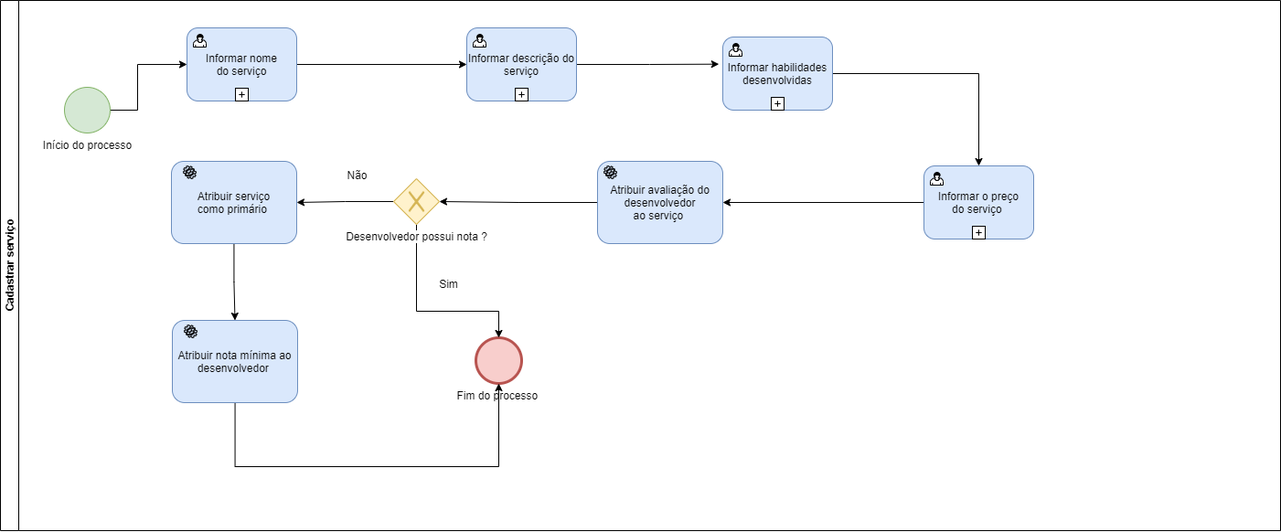
Earlier version of the draw.io export documentacao/imagens/process04.png (ICEI-PUC-Minas-PPLES-TI/plf-es-2021-1-ti2-0940100-DevTask). Source tidied: cells renumbered, new cells last; positions are measured from the earlier drawing's top-left corner, leaving out a move shared by most shapes.
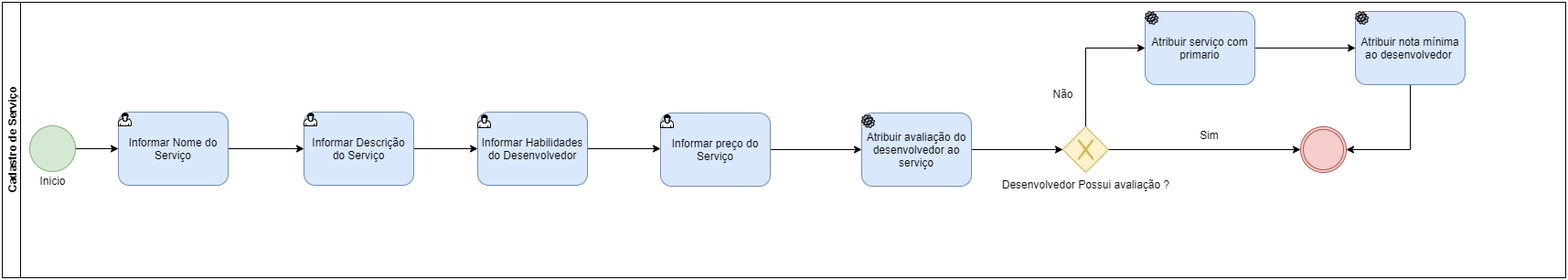
Above is the later version.

Commit message:
Processo 04 close #26

Diff of the diagram source:
```diff
@@ -2,138 +2,112 @@
   <root>
     <mxCell id="0" />
     <mxCell id="1" parent="0" />
-    <mxCell id="2" value="Cadastrar&amp;nbsp;serviço" style="swimlane;html=1;horizontal=0;startSize=20;" parent="1" vertex="1">
-      <mxGeometry width="1400" height="580" as="geometry" />
-    </mxCell>
-    <mxCell id="3" style="edgeStyle=orthogonalEdgeStyle;rounded=0;jettySize=auto;html=1;entryX=0;entryY=0.5;entryDx=0;entryDy=0;" parent="2" edge="1" source="4" target="11">
-      <mxGeometry relative="1" as="geometry" />
-    </mxCell>
-    <mxCell id="4" value="Informar nome do&amp;nbsp;serviço" style="html=1;whiteSpace=wrap;rounded=1;fillColor=#dae8fc;strokeColor=#6c8ebf;" parent="2" vertex="1">
-      <mxGeometry x="204" y="30" width="120" height="80" as="geometry" />
-    </mxCell>
-    <mxCell id="5" style="html=1;shape=mxgraph.bpmn.user_task;" parent="4" vertex="1">
-      <mxGeometry width="14" height="14" relative="1" as="geometry">
-        <mxPoint x="7" y="7" as="offset" />
-      </mxGeometry>
-    </mxCell>
-    <mxCell id="6" style="html=1;shape=plus;" parent="4" vertex="1">
-      <mxGeometry x="0.5" y="1" width="14" height="14" relative="1" as="geometry">
-        <mxPoint x="-7" y="-14" as="offset" />
-      </mxGeometry>
-    </mxCell>
-    <mxCell id="7" style="edgeStyle=orthogonalEdgeStyle;rounded=0;jettySize=auto;html=1;" parent="2" edge="1" source="8" target="4">
-      <mxGeometry relative="1" as="geometry">
-        <Array as="points">
-          <mxPoint x="150" y="120" />
-          <mxPoint x="150" y="70" />
-        </Array>
-      </mxGeometry>
-    </mxCell>
-    <mxCell id="8" value="Início do processo" style="shape=mxgraph.bpmn.shape;html=1;verticalLabelPosition=bottom;labelBackgroundColor=#ffffff;verticalAlign=top;align=center;perimeter=ellipsePerimeter;outlineConnect=0;outline=standard;symbol=general;fillColor=#d5e8d4;strokeColor=#82b366;" parent="2" vertex="1">
-      <mxGeometry x="70" y="95" width="50" height="50" as="geometry" />
-    </mxCell>
-    <mxCell id="9" value="Fim do processo&amp;nbsp;" style="shape=mxgraph.bpmn.shape;html=1;verticalLabelPosition=bottom;labelBackgroundColor=#ffffff;verticalAlign=top;align=center;perimeter=ellipsePerimeter;outlineConnect=0;outline=end;symbol=general;fillColor=#f8cecc;strokeColor=#b85450;" parent="2" vertex="1">
-      <mxGeometry x="520" y="369" width="50" height="50" as="geometry" />
-    </mxCell>
-    <mxCell id="10" style="edgeStyle=orthogonalEdgeStyle;rounded=0;jettySize=auto;html=1;entryX=-0.035;entryY=0.371;entryDx=0;entryDy=0;entryPerimeter=0;" parent="2" edge="1" source="11" target="15">
-      <mxGeometry relative="1" as="geometry" />
-    </mxCell>
-    <mxCell id="11" value="Informar&amp;nbsp;descrição do serviço" style="html=1;whiteSpace=wrap;rounded=1;fillColor=#dae8fc;strokeColor=#6c8ebf;" parent="2" vertex="1">
-      <mxGeometry x="510" y="30" width="120" height="80" as="geometry" />
-    </mxCell>
-    <mxCell id="12" style="html=1;shape=mxgraph.bpmn.user_task;" parent="11" vertex="1">
-      <mxGeometry width="14" height="14" relative="1" as="geometry">
-        <mxPoint x="7" y="7" as="offset" />
-      </mxGeometry>
-    </mxCell>
-    <mxCell id="13" style="html=1;shape=plus;" parent="11" vertex="1">
-      <mxGeometry x="0.5" y="1" width="14" height="14" relative="1" as="geometry">
-        <mxPoint x="-7" y="-14" as="offset" />
-      </mxGeometry>
-    </mxCell>
-    <mxCell id="14" style="edgeStyle=orthogonalEdgeStyle;rounded=0;jettySize=auto;html=1;entryX=0.5;entryY=0;entryDx=0;entryDy=0;" parent="2" edge="1" source="15" target="25">
-      <mxGeometry relative="1" as="geometry" />
-    </mxCell>
-    <mxCell id="15" value="Informar habilidades desenvolvidas" style="html=1;whiteSpace=wrap;rounded=1;fillColor=#dae8fc;strokeColor=#6c8ebf;" parent="2" vertex="1">
-      <mxGeometry x="790" y="40" width="120" height="80" as="geometry" />
-    </mxCell>
-    <mxCell id="16" style="html=1;shape=mxgraph.bpmn.user_task;" parent="15" vertex="1">
-      <mxGeometry width="14" height="14" relative="1" as="geometry">
-        <mxPoint x="7" y="7" as="offset" />
-      </mxGeometry>
-    </mxCell>
-    <mxCell id="17" style="html=1;shape=plus;" parent="15" vertex="1">
-      <mxGeometry x="0.5" y="1" width="14" height="14" relative="1" as="geometry">
-        <mxPoint x="-7" y="-14" as="offset" />
-      </mxGeometry>
-    </mxCell>
-    <mxCell id="18" style="edgeStyle=orthogonalEdgeStyle;rounded=0;jettySize=auto;html=1;entryX=1;entryY=0.5;entryDx=0;entryDy=0;" parent="2" edge="1" source="19" target="23">
-      <mxGeometry relative="1" as="geometry" />
-    </mxCell>
+    <mxCell id="36" style="edgeStyle=orthogonalEdgeStyle;rounded=0;jettySize=auto;html=1;entryX=0;entryY=0.5;entryDx=0;entryDy=0;" parent="1" edge="1" source="37" target="43">
+      <mxGeometry relative="1" as="geometry" />
+    </mxCell>
+    <mxCell id="37" value="Informar Nome do Serviço" style="shape=ext;rounded=1;html=1;whiteSpace=wrap;fillColor=#dae8fc;strokeColor=#6c8ebf;" parent="1" vertex="1">
+      <mxGeometry x="817" y="130" width="120" height="80" as="geometry" />
+    </mxCell>
+    <mxCell id="38" style="shape=mxgraph.bpmn.user_task;html=1;" parent="1" vertex="1">
+      <mxGeometry x="817" y="131" width="14" height="14" as="geometry" />
+    </mxCell>
+    <mxCell id="39" style="edgeStyle=orthogonalEdgeStyle;rounded=0;jettySize=auto;html=1;entryX=0;entryY=0.5;entryDx=0;entryDy=0;" parent="1" edge="1" source="40" target="37">
+      <mxGeometry relative="1" as="geometry" />
+    </mxCell>
+    <mxCell id="40" style="shape=mxgraph.bpmn.shape;html=1;verticalLabelPosition=bottom;labelBackgroundColor=#ffffff;verticalAlign=top;align=center;perimeter=ellipsePerimeter;outlineConnect=0;outline=standard;symbol=general;fillColor=#d5e8d4;strokeColor=#82b366;" parent="1" vertex="1">
+      <mxGeometry x="720" y="145" width="50" height="50" as="geometry" />
+    </mxCell>
+    <mxCell id="41" value="Inicio" style="text;html=1;align=center;verticalAlign=middle;strokeColor=none;" parent="1" vertex="1">
+      <mxGeometry x="725" y="195" width="40" height="20" as="geometry" />
+    </mxCell>
+    <mxCell id="42" style="edgeStyle=orthogonalEdgeStyle;rounded=0;jettySize=auto;html=1;entryX=0;entryY=0.5;entryDx=0;entryDy=0;" parent="1" edge="1" source="43" target="46">
+      <mxGeometry relative="1" as="geometry" />
+    </mxCell>
+    <mxCell id="43" value="Informar Descrição do Serviço" style="shape=ext;rounded=1;html=1;whiteSpace=wrap;fillColor=#dae8fc;strokeColor=#6c8ebf;" parent="1" vertex="1">
+      <mxGeometry x="1020" y="130" width="120" height="80" as="geometry" />
+    </mxCell>
+    <mxCell id="44" style="shape=mxgraph.bpmn.user_task;html=1;" parent="1" vertex="1">
+      <mxGeometry x="1020" y="131" width="14" height="14" as="geometry" />
+    </mxCell>
+    <mxCell id="45" style="edgeStyle=orthogonalEdgeStyle;rounded=0;jettySize=auto;html=1;entryX=0;entryY=0.5;entryDx=0;entryDy=0;" parent="1" edge="1" source="46">
+      <mxGeometry relative="1" as="geometry">
+        <mxPoint x="1410" y="170" as="targetPoint" />
+      </mxGeometry>
+    </mxCell>
+    <mxCell id="46" value="Informar Habilidades&lt;br&gt;do Desenvolvedor" style="shape=ext;rounded=1;html=1;whiteSpace=wrap;fillColor=#dae8fc;strokeColor=#6c8ebf;" parent="1" vertex="1">
+      <mxGeometry x="1210" y="130" width="120" height="80" as="geometry" />
+    </mxCell>
+    <mxCell id="47" style="edgeStyle=orthogonalEdgeStyle;rounded=0;jettySize=auto;html=1;" parent="1" edge="1" source="48">
+      <mxGeometry relative="1" as="geometry">
+        <mxPoint x="1630" y="171" as="targetPoint" />
+      </mxGeometry>
+    </mxCell>
+    <mxCell id="48" value="Informar preço do Serviço" style="shape=ext;rounded=1;html=1;whiteSpace=wrap;fillColor=#dae8fc;strokeColor=#6c8ebf;" parent="1" vertex="1">
+      <mxGeometry x="1410" y="131" width="120" height="80" as="geometry" />
+    </mxCell>
+    <mxCell id="49" style="shape=mxgraph.bpmn.user_task;html=1;" parent="1" vertex="1">
+      <mxGeometry x="1210" y="133" width="14" height="14" as="geometry" />
+    </mxCell>
+    <mxCell id="50" style="shape=mxgraph.bpmn.user_task;html=1;" parent="1" vertex="1">
+      <mxGeometry x="1410" y="133" width="14" height="14" as="geometry" />
+    </mxCell>
+    <mxCell id="51" style="edgeStyle=orthogonalEdgeStyle;rounded=0;jettySize=auto;html=1;entryX=0;entryY=0.5;entryDx=0;entryDy=0;" parent="1" edge="1" source="19" target="55">
+      <mxGeometry relative="1" as="geometry" />
+    </mxCell>
-    <mxCell id="19" value="Atribuir&amp;nbsp;avaliação do desenvolvedor ao&amp;nbsp;serviço&amp;nbsp;" style="shape=ext;rounded=1;html=1;whiteSpace=wrap;fillColor=#dae8fc;strokeColor=#6c8ebf;" parent="2" vertex="1">
-      <mxGeometry x="653" y="176" width="137" height="90" as="geometry" />
+    <mxCell id="19" value="Atribuir avaliação do desenvolvedor ao serviço" style="shape=ext;rounded=1;html=1;whiteSpace=wrap;fillColor=#dae8fc;strokeColor=#6c8ebf;" parent="1" vertex="1">
+      <mxGeometry x="1630" y="131" width="120" height="80" as="geometry" />
     </mxCell>
-    <mxCell id="20" style="shape=mxgraph.bpmn.service_task;html=1;fillColor=none;gradientColor=none;" parent="2" vertex="1">
-      <mxGeometry x="660" y="181" width="14" height="14" as="geometry" />
-    </mxCell>
-    <mxCell id="21" style="edgeStyle=orthogonalEdgeStyle;rounded=0;jettySize=auto;html=1;" parent="2" edge="1" source="23" target="29">
-      <mxGeometry relative="1" as="geometry" />
-    </mxCell>
-    <mxCell id="22" style="edgeStyle=orthogonalEdgeStyle;rounded=0;jettySize=auto;html=1;entryX=0.5;entryY=0;entryDx=0;entryDy=0;" parent="2" edge="1" source="23" target="9">
-      <mxGeometry relative="1" as="geometry">
-        <Array as="points">
-          <mxPoint x="455" y="340" />
-          <mxPoint x="545" y="340" />
-        </Array>
-      </mxGeometry>
-    </mxCell>
-    <mxCell id="23" value="Desenvolvedor possui nota ?" style="shape=mxgraph.bpmn.shape;html=1;verticalLabelPosition=bottom;labelBackgroundColor=#ffffff;verticalAlign=top;align=center;perimeter=rhombusPerimeter;background=gateway;outlineConnect=0;outline=none;symbol=exclusiveGw;fillColor=#fff2cc;strokeColor=#d6b656;" parent="2" vertex="1">
-      <mxGeometry x="430" y="195" width="50" height="50" as="geometry" />
-    </mxCell>
-    <mxCell id="24" style="edgeStyle=orthogonalEdgeStyle;rounded=0;jettySize=auto;html=1;entryX=1;entryY=0.5;entryDx=0;entryDy=0;" parent="2" edge="1" source="25" target="19">
-      <mxGeometry relative="1" as="geometry" />
-    </mxCell>
-    <mxCell id="25" value="Informar o&amp;nbsp;preço do&amp;nbsp;serviço&amp;nbsp;" style="html=1;whiteSpace=wrap;rounded=1;fillColor=#dae8fc;strokeColor=#6c8ebf;" parent="2" vertex="1">
-      <mxGeometry x="1010" y="181" width="120" height="80" as="geometry" />
-    </mxCell>
-    <mxCell id="26" style="html=1;shape=mxgraph.bpmn.user_task;" parent="25" vertex="1">
-      <mxGeometry width="14" height="14" relative="1" as="geometry">
-        <mxPoint x="7" y="7" as="offset" />
-      </mxGeometry>
-    </mxCell>
-    <mxCell id="27" style="html=1;shape=plus;" parent="25" vertex="1">
-      <mxGeometry x="0.5" y="1" width="14" height="14" relative="1" as="geometry">
-        <mxPoint x="-7" y="-14" as="offset" />
-      </mxGeometry>
-    </mxCell>
-    <mxCell id="28" style="edgeStyle=orthogonalEdgeStyle;rounded=0;jettySize=auto;html=1;entryX=0.5;entryY=0;entryDx=0;entryDy=0;" parent="2" edge="1" source="29" target="32">
-      <mxGeometry relative="1" as="geometry" />
-    </mxCell>
-    <mxCell id="29" value="Atribuir&amp;nbsp;serviço como&amp;nbsp;primário&amp;nbsp;&lt;span style=&quot;color: rgba(0 , 0 , 0 , 0) ; font-family: monospace ; font-size: 0px&quot;&gt;%3CmxGraphModel%3E%3Croot%3E%3CmxCell%20id%3D%220%22%2F%3E%3CmxCell%20id%3D%221%22%20parent%3D%220%22%2F%3E%3CmxCell%20id%3D%222%22%20value%3D%22Atribuir%26amp%3Bnbsp%3Bavalia%C3%A7%C3%A3o%20do%20desenvolvedor%20ao%26amp%3Bnbsp%3Bservi%C3%A7o%26amp%3Bnbsp%3B%22%20style%3D%22shape%3Dext%3Brounded%3D1%3Bhtml%3D1%3BwhiteSpace%3Dwrap%3BfillColor%3D%23dae8fc%3BstrokeColor%3D%236c8ebf%3B%22%20vertex%3D%221%22%20parent%3D%221%22%3E%3CmxGeometry%20x%3D%22-27%22%20y%3D%22296%22%20width%3D%22137%22%20height%3D%2290%22%20as%3D%22geometry%22%2F%3E%3C%2FmxCell%3E%3CmxCell%20id%3D%223%22%20value%3D%22%22%20style%3D%22shape%3Dmxgraph.bpmn.service_task%3Bhtml%3D1%3BoutlineConnect%3D0%3BfillColor%3Dnone%3BgradientColor%3Dnone%3B%22%20vertex%3D%221%22%20parent%3D%221%22%3E%3CmxGeometry%20x%3D%22-20%22%20y%3D%22301%22%20width%3D%2214%22%20height%3D%2214%22%20as%3D%22geometry%22%2F%3E%3C%2FmxCell%3E%3C%2Froot%3E%3C%2FmxGraphModel%3E&lt;/span&gt;" style="shape=ext;rounded=1;html=1;whiteSpace=wrap;fillColor=#dae8fc;strokeColor=#6c8ebf;" parent="2" vertex="1">
-      <mxGeometry x="187" y="176" width="137" height="90" as="geometry" />
-    </mxCell>
-    <mxCell id="30" style="shape=mxgraph.bpmn.service_task;html=1;fillColor=none;gradientColor=none;" parent="2" vertex="1">
-      <mxGeometry x="200" y="181" width="14" height="14" as="geometry" />
-    </mxCell>
-    <mxCell id="31" style="edgeStyle=orthogonalEdgeStyle;rounded=0;jettySize=auto;html=1;entryX=0.5;entryY=1;entryDx=0;entryDy=0;" parent="2" edge="1" source="32" target="9">
-      <mxGeometry relative="1" as="geometry">
-        <Array as="points">
-          <mxPoint x="257" y="510" />
-          <mxPoint x="545" y="510" />
-        </Array>
-      </mxGeometry>
-    </mxCell>
-    <mxCell id="32" value="Atribuir nota mínima ao desenvolvedor&amp;nbsp;&lt;span style=&quot;color: rgba(0 , 0 , 0 , 0) ; font-family: monospace ; font-size: 0px&quot;&gt;%3CmxGraphModel%3E%3Croot%3E%3CmxCell%20id%3D%220%22%2F%3E%3CmxCell%20id%3D%221%22%20parent%3D%220%22%2F%3E%3CmxCell%20id%3D%222%22%20value%3D%22Atribuir%26amp%3Bnbsp%3Bavalia%C3%A7%C3%A3o%20do%20desenvolvedor%20ao%26amp%3Bnbsp%3Bservi%C3%A7o%26amp%3Bnbsp%3B%22%20style%3D%22shape%3Dext%3Brounded%3D1%3Bhtml%3D1%3BwhiteSpace%3Dwrap%3BfillColor%3D%23dae8fc%3BstrokeColor%3D%236c8ebf%3B%22%20vertex%3D%221%22%20parent%3D%221%22%3E%3CmxGeometry%20x%3D%22-27%22%20y%3D%22296%22%20width%3D%22137%22%20height%3D%2290%22%20as%3D%22geometry%22%2F%3E%3C%2FmxCell%3E%3CmxCell%20id%3D%223%22%20value%3D%22%22%20style%3D%22shape%3Dmxgraph.bpmn.service_task%3Bhtml%3D1%3BoutlineConnect%3D0%3BfillColor%3Dnone%3BgradientColor%3Dnone%3B%22%20vertex%3D%221%22%20parent%3D%221%22%3E%3CmxGeometry%20x%3D%22-20%22%20y%3D%22301%22%20width%3D%2214%22%20height%3D%2214%22%20as%3D%22geometry%22%2F%3E%3C%2FmxCell%3E%3C%2Froot%3E%3C%2FmxGraphModel%3E&lt;/span&gt;" style="shape=ext;rounded=1;html=1;whiteSpace=wrap;fillColor=#dae8fc;strokeColor=#6c8ebf;" parent="2" vertex="1">
-      <mxGeometry x="188" y="350" width="137" height="90" as="geometry" />
-    </mxCell>
-    <mxCell id="33" style="shape=mxgraph.bpmn.service_task;html=1;fillColor=none;gradientColor=none;" parent="2" vertex="1">
-      <mxGeometry x="201" y="355" width="14" height="14" as="geometry" />
-    </mxCell>
+    <mxCell id="52" style="shape=mxgraph.bpmn.service_task;html=1;fillColor=none;" parent="1" vertex="1">
+      <mxGeometry x="1630" y="133" width="14" height="14" as="geometry" />
+    </mxCell>
+    <mxCell id="53" style="edgeStyle=orthogonalEdgeStyle;rounded=0;jettySize=auto;html=1;entryX=0;entryY=0.5;entryDx=0;entryDy=0;" parent="1" edge="1" source="55" target="57">
+      <mxGeometry relative="1" as="geometry">
+        <Array as="points">
+          <mxPoint x="1875" y="60" />
+        </Array>
+      </mxGeometry>
+    </mxCell>
+    <mxCell id="54" style="edgeStyle=orthogonalEdgeStyle;rounded=0;jettySize=auto;html=1;entryX=0;entryY=0.5;entryDx=0;entryDy=0;" parent="1" edge="1" source="55" target="60">
+      <mxGeometry relative="1" as="geometry" />
+    </mxCell>
+    <mxCell id="55" value="Desenvolvedor Possui avaliação ?" style="shape=mxgraph.bpmn.shape;html=1;verticalLabelPosition=bottom;labelBackgroundColor=#ffffff;verticalAlign=top;align=center;perimeter=rhombusPerimeter;background=gateway;outlineConnect=0;outline=none;symbol=exclusiveGw;strokeColor=#d6b656;fillColor=#fff2cc;" parent="1" vertex="1">
+      <mxGeometry x="1850" y="146" width="50" height="50" as="geometry" />
+    </mxCell>
-    <mxCell id="34" value="Não" style="text;html=1;align=center;verticalAlign=middle;" parent="2" vertex="1">
-      <mxGeometry x="370" y="181" width="40" height="20" as="geometry" />
+    <mxCell id="34" value="Não" style="text;html=1;align=center;verticalAlign=middle;strokeColor=none;" parent="1" vertex="1">
+      <mxGeometry x="1830" y="100" width="40" height="20" as="geometry" />
     </mxCell>
+    <mxCell id="56" style="edgeStyle=orthogonalEdgeStyle;rounded=0;jettySize=auto;html=1;" parent="1" edge="1" source="57">
+      <mxGeometry relative="1" as="geometry">
+        <mxPoint x="2170" y="60" as="targetPoint" />
+      </mxGeometry>
+    </mxCell>
+    <mxCell id="57" value="Atribuir serviço com primario" style="shape=ext;rounded=1;html=1;whiteSpace=wrap;fillColor=#dae8fc;strokeColor=#6c8ebf;" parent="1" vertex="1">
+      <mxGeometry x="1940" y="20" width="120" height="80" as="geometry" />
+    </mxCell>
+    <mxCell id="58" style="edgeStyle=orthogonalEdgeStyle;rounded=0;jettySize=auto;html=1;entryX=1;entryY=0.5;entryDx=0;entryDy=0;" parent="1" edge="1" source="59" target="60">
+      <mxGeometry relative="1" as="geometry">
+        <Array as="points">
+          <mxPoint x="2230" y="171" />
+        </Array>
+      </mxGeometry>
+    </mxCell>
+    <mxCell id="59" value="Atribuir nota mínima ao desenvolvedor&amp;nbsp;" style="shape=ext;rounded=1;html=1;whiteSpace=wrap;fillColor=#dae8fc;strokeColor=#6c8ebf;" parent="1" vertex="1">
+      <mxGeometry x="2170" y="20" width="120" height="80" as="geometry" />
+    </mxCell>
+    <mxCell id="60" style="shape=mxgraph.bpmn.shape;html=1;verticalLabelPosition=bottom;labelBackgroundColor=#ffffff;verticalAlign=top;align=center;perimeter=ellipsePerimeter;outlineConnect=0;outline=throwing;symbol=general;strokeColor=#b85450;fillColor=#f8cecc;" parent="1" vertex="1">
+      <mxGeometry x="2110" y="146" width="50" height="50" as="geometry" />
+    </mxCell>
-    <mxCell id="35" value="Sim" style="text;html=1;align=center;verticalAlign=middle;" parent="2" vertex="1">
-      <mxGeometry x="470" y="300" width="40" height="20" as="geometry" />
+    <mxCell id="35" value="Sim" style="text;html=1;align=center;verticalAlign=middle;strokeColor=none;" parent="1" vertex="1">
+      <mxGeometry x="1990" y="145" width="40" height="20" as="geometry" />
     </mxCell>
+    <mxCell id="61" style="shape=mxgraph.bpmn.service_task;html=1;fillColor=none;" parent="1" vertex="1">
+      <mxGeometry x="1940" y="20" width="14" height="14" as="geometry" />
+    </mxCell>
+    <mxCell id="62" style="shape=mxgraph.bpmn.service_task;html=1;fillColor=none;" parent="1" vertex="1">
+      <mxGeometry x="2170" y="20" width="14" height="14" as="geometry" />
+    </mxCell>
+    <mxCell id="63" value="Cadastro de Serviço" style="swimlane;html=1;horizontal=0;startSize=20;" parent="1" vertex="1">
+      <mxGeometry x="690" y="10" width="1710" height="301" as="geometry" />
+    </mxCell>
   </root>
 </mxGraphModel>
```
